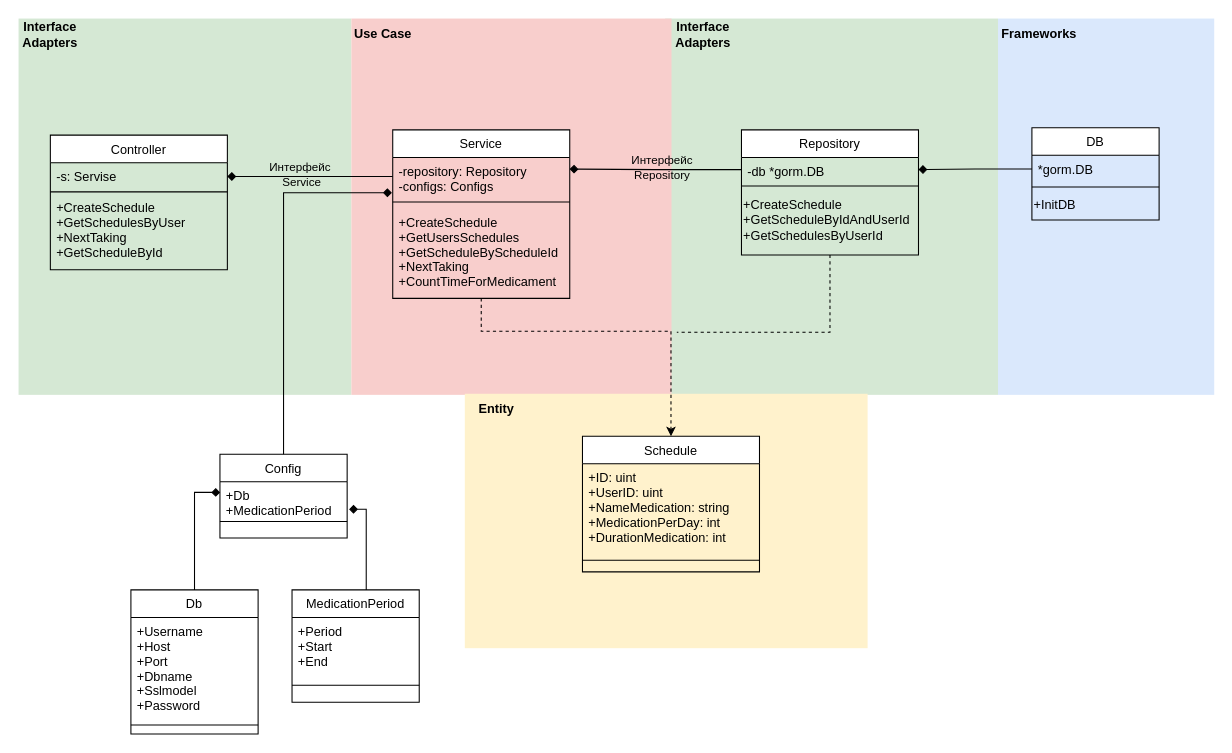
The draw.io diagram diagrams/structs_diagram.drawio in EBichuk/schedule-app, before the edit. Source tidied: cells renumbered, new cells numbered last; positions are measured from the earlier drawing's top-left corner, leaving out a move shared by most shapes. Both pictures are drawn from the tidied source at 106%, with x=0, y=0 at pixel (18, 18).
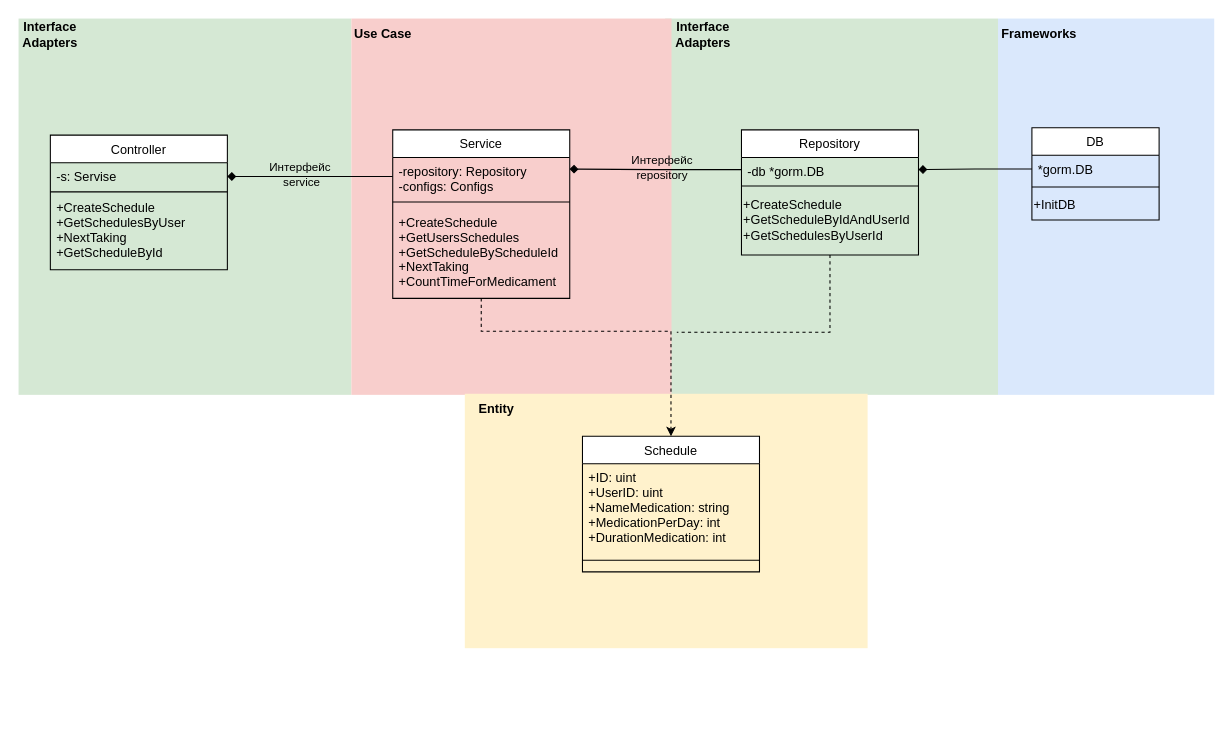
Above is the later version.

Commit message:
remove config struct in struct diagram

The change refers to these unchanged cells:
```xml
<mxCell id="21" value="-repository: Repository&#10;-configs: Configs" style="text;align=left;verticalAlign=top;spacingLeft=4;spacingRight=4;overflow=hidden;points=[[0,0.5],[1,0.5]];portConstraint=eastwest;labelBackgroundColor=none;rounded=0;" parent="20" vertex="1">
  <mxGeometry y="26" width="167" height="36" as="geometry" />
</mxCell>
<mxCell id="37" style="edgeStyle=orthogonalEdgeStyle;rounded=0;jettySize=auto;html=1;endArrow=diamond;endFill=1;labelBackgroundColor=none;fontColor=default;" parent="1" edge="1" source="21" target="17">
  <mxGeometry relative="1" as="geometry" />
</mxCell>
<mxCell id="39" style="edgeStyle=orthogonalEdgeStyle;rounded=0;jettySize=auto;html=1;exitX=0;exitY=0.5;exitDx=0;exitDy=0;endArrow=diamond;endFill=1;entryX=0.999;entryY=0.306;entryDx=0;entryDy=0;entryPerimeter=0;labelBackgroundColor=none;fontColor=default;" parent="1" edge="1" source="13" target="21">
  <mxGeometry relative="1" as="geometry" />
</mxCell>
```

Change to the diagram source:
```diff
@@
-    <mxCell id="28" value="Config" style="swimlane;fontStyle=0;align=center;verticalAlign=top;horizontal=1;startSize=26;rounded=0;shadow=0;strokeWidth=1;labelBackgroundColor=none;" parent="1" vertex="1">
-      <mxGeometry x="190" y="411" width="120" height="79" as="geometry" />
-    </mxCell>
-    <mxCell id="29" value="+Db&#10;+MedicationPeriod" style="text;align=left;verticalAlign=top;spacingLeft=4;spacingRight=4;overflow=hidden;points=[[0,0.5],[1,0.5]];portConstraint=eastwest;labelBackgroundColor=none;rounded=0;" parent="28" vertex="1">
-      <mxGeometry y="26" width="120" height="36" as="geometry" />
-    </mxCell>
-    <mxCell id="30" style="line;html=1;strokeWidth=1;align=left;verticalAlign=middle;spacingTop=-1;spacingLeft=3;spacingRight=3;labelPosition=right;labelBackgroundColor=none;rounded=0;" parent="28" vertex="1">
-      <mxGeometry y="62" width="120" height="3" as="geometry" />
-    </mxCell>
-    <mxCell id="31" value="Db" style="swimlane;fontStyle=0;align=center;verticalAlign=top;horizontal=1;startSize=26;rounded=0;shadow=0;strokeWidth=1;labelBackgroundColor=none;" parent="1" vertex="1">
-      <mxGeometry x="106" y="539" width="120" height="136" as="geometry" />
-    </mxCell>
-    <mxCell id="32" value="+Username &#10;+Host     &#10;+Port     &#10;+Dbname   &#10;+Sslmodel &#10;+Password " style="text;align=left;verticalAlign=top;spacingLeft=4;spacingRight=4;overflow=hidden;labelBackgroundColor=none;rounded=0;" parent="31" vertex="1">
-      <mxGeometry y="26" width="120" height="97" as="geometry" />
-    </mxCell>
-    <mxCell id="33" style="line;html=1;strokeWidth=1;align=left;verticalAlign=middle;spacingTop=-1;spacingLeft=3;spacingRight=3;labelPosition=right;labelBackgroundColor=none;rounded=0;" parent="31" vertex="1">
-      <mxGeometry y="123" width="120" height="9" as="geometry" />
-    </mxCell>
-    <mxCell id="34" value="MedicationPeriod" style="swimlane;fontStyle=0;align=center;verticalAlign=top;horizontal=1;startSize=26;rounded=0;shadow=0;strokeWidth=1;labelBackgroundColor=none;" parent="1" vertex="1">
-      <mxGeometry x="258" y="539" width="120" height="106" as="geometry" />
-    </mxCell>
-    <mxCell id="35" value="+Period &#10;+Start   &#10;+End  &#10;&#10;" style="text;align=left;verticalAlign=top;spacingLeft=4;spacingRight=4;overflow=hidden;labelBackgroundColor=none;rounded=0;" parent="34" vertex="1">
-      <mxGeometry y="26" width="120" height="53" as="geometry" />
-    </mxCell>
-    <mxCell id="36" style="line;html=1;strokeWidth=1;align=left;verticalAlign=middle;spacingTop=-1;spacingLeft=3;spacingRight=3;labelPosition=right;labelBackgroundColor=none;rounded=0;" parent="34" vertex="1">
-      <mxGeometry y="79" width="120" height="22" as="geometry" />
-    </mxCell>
@@
-    <mxCell id="38" value="&lt;span style=&quot;&quot;&gt;Интерфейс&amp;nbsp;&lt;/span&gt;&lt;div style=&quot;&quot;&gt;Service&lt;/div&gt;" style="edgeLabel;html=1;align=center;verticalAlign=middle;labelBackgroundColor=none;rounded=0;" parent="37" vertex="1">
+    <mxCell id="38" value="&lt;span style=&quot;&quot;&gt;Интерфейс&amp;nbsp;&lt;/span&gt;&lt;div style=&quot;&quot;&gt;service&lt;/div&gt;" style="edgeLabel;html=1;align=center;verticalAlign=middle;labelBackgroundColor=none;rounded=0;" parent="37" vertex="1">
       <mxGeometry x="0.12" y="-3" relative="1" as="geometry" />
     </mxCell>
@@
-    <mxCell id="40" value="Интерфейс&lt;div&gt;Repository&lt;/div&gt;" style="edgeLabel;html=1;align=center;verticalAlign=middle;labelBackgroundColor=none;rounded=0;" parent="39" vertex="1">
+    <mxCell id="40" value="Интерфейс&lt;div&gt;repository&lt;/div&gt;" style="edgeLabel;html=1;align=center;verticalAlign=middle;labelBackgroundColor=none;rounded=0;" parent="39" vertex="1">
       <mxGeometry x="-0.06" y="-2" relative="1" as="geometry" />
     </mxCell>
@@
-    <mxCell id="42" style="edgeStyle=orthogonalEdgeStyle;rounded=0;jettySize=auto;html=1;entryX=-0.005;entryY=0.928;entryDx=0;entryDy=0;entryPerimeter=0;endArrow=diamond;endFill=1;labelBackgroundColor=none;fontColor=default;" parent="1" edge="1" source="28" target="21">
-      <mxGeometry relative="1" as="geometry" />
-    </mxCell>
-    <mxCell id="43" style="edgeStyle=orthogonalEdgeStyle;rounded=0;jettySize=auto;html=1;entryX=1.015;entryY=0.722;entryDx=0;entryDy=0;entryPerimeter=0;endArrow=diamond;endFill=1;labelBackgroundColor=none;fontColor=default;" parent="1" edge="1" source="34" target="29">
-      <mxGeometry relative="1" as="geometry">
-        <Array as="points">
-          <mxPoint x="328" y="463" />
-        </Array>
-      </mxGeometry>
-    </mxCell>
-    <mxCell id="44" style="edgeStyle=orthogonalEdgeStyle;rounded=0;jettySize=auto;html=1;entryX=0.002;entryY=0.278;entryDx=0;entryDy=0;entryPerimeter=0;endArrow=diamond;endFill=1;labelBackgroundColor=none;fontColor=default;" parent="1" edge="1" source="31" target="29">
-      <mxGeometry relative="1" as="geometry" />
-    </mxCell>
```
